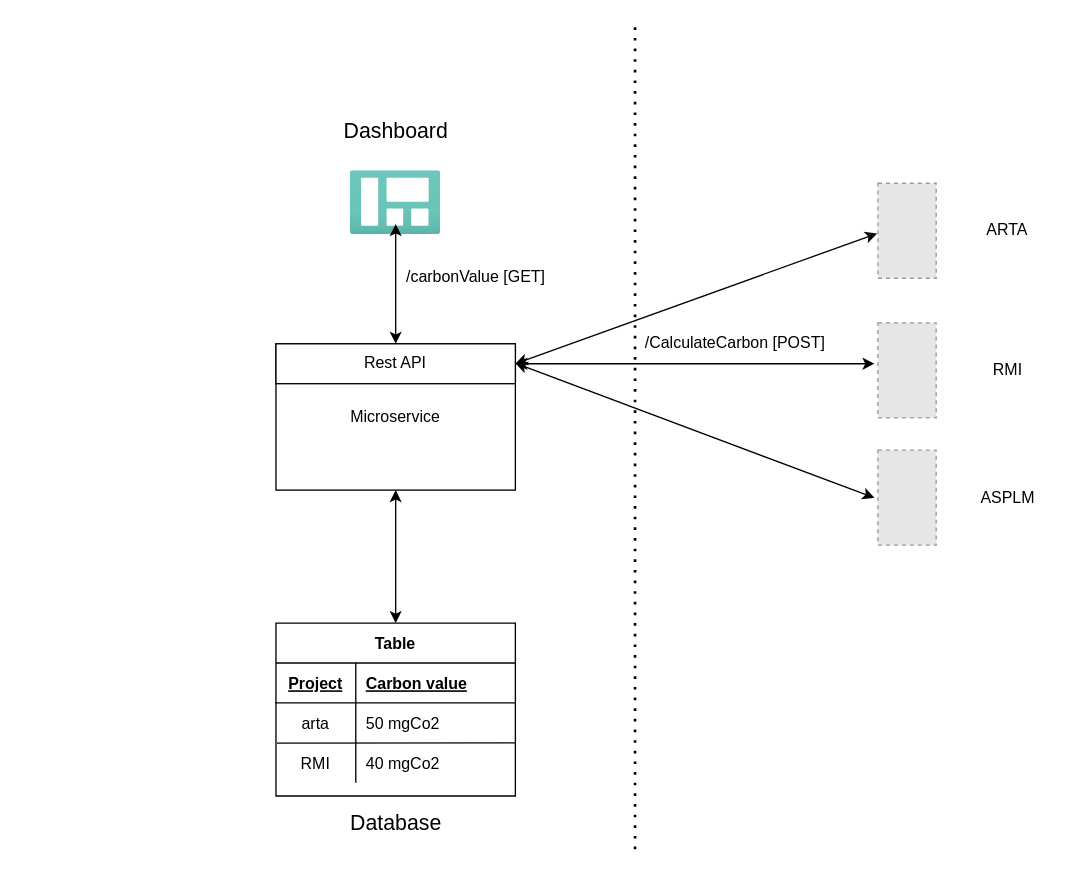
Earlier version of the draw.io diagram page "Page-1" (1 of 2) of carbonTracker.drawio (Ashwin-Raj18/arch-diagram). Source tidied: cells renumbered, new cells numbered last; positions are measured from the earlier drawing's top-left corner, leaving out a move shared by most shapes. Both pictures are drawn from the tidied source at 133%, with x=0, y=0 at pixel (275, 24). Pictures stored in the file or linked from it are replaced by grey dashed boxes.
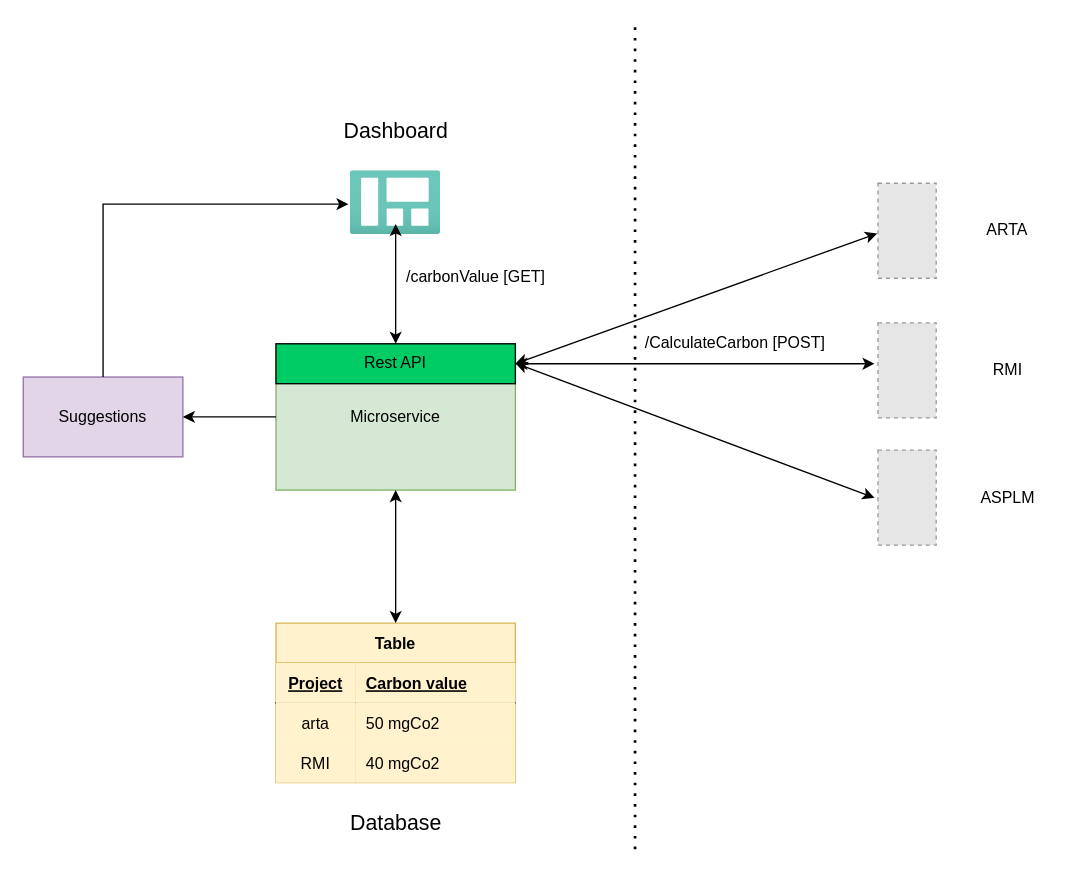
The same page after the edit.

The change refers to these unchanged cells:
```xml
<mxCell id="4" style="shape=tableRow;horizontal=0;startSize=0;swimlaneHead=0;swimlaneBody=0;fillColor=none;top=0;left=0;right=0;bottom=1;" parent="3" vertex="1">
  <mxGeometry y="30" width="180" height="30" as="geometry" />
</mxCell>
<mxCell id="7" style="shape=tableRow;horizontal=0;startSize=0;swimlaneHead=0;swimlaneBody=0;fillColor=none;points=[[0,0.5],[1,0.5]];portConstraint=eastwest;top=0;left=0;right=0;bottom=0;" parent="3" vertex="1">
  <mxGeometry y="60" width="180" height="30" as="geometry" />
</mxCell>
<mxCell id="10" style="shape=tableRow;horizontal=0;startSize=0;swimlaneHead=0;swimlaneBody=0;fillColor=none;top=0;left=0;right=0;bottom=0;" parent="3" vertex="1">
  <mxGeometry y="90" width="180" height="30" as="geometry" />
</mxCell>
<mxCell id="14" style="html=1;points=[];align=center;image;fontSize=12;image=img/lib/azure2/general/Dashboard.svg;" parent="1" vertex="1">
  <mxGeometry x="56" y="110" width="68" height="48" as="geometry" />
</mxCell>
```

The edit, as a diff of the source:
```diff
@@
-    <mxCell id="2" value="Microservice" style="rounded=0;whiteSpace=wrap;html=1;" parent="1" vertex="1">
+    <mxCell id="2" value="Microservice" style="rounded=0;whiteSpace=wrap;html=1;fillColor=#d5e8d4;strokeColor=#82b366;" parent="1" vertex="1">
       <mxGeometry y="240" width="180" height="110" as="geometry" />
     </mxCell>
-    <mxCell id="3" value="Table" style="shape=table;startSize=30;childLayout=tableLayout;rowLines=0;fontStyle=1;align=center;" parent="1" vertex="1">
-      <mxGeometry y="450" width="180" height="130" as="geometry" />
+    <mxCell id="3" value="Table" style="shape=table;startSize=30;childLayout=tableLayout;rowLines=0;fontStyle=1;align=center;fillColor=#FFF2CC;strokeColor=#d6b656;" parent="1" vertex="1">
+      <mxGeometry y="450" width="180" height="120" as="geometry" />
     </mxCell>
@@
-    <mxCell id="5" value="Project" style="shape=partialRectangle;fillColor=none;top=0;left=0;bottom=0;right=0;fontStyle=5;overflow=hidden;" parent="4" vertex="1">
+    <mxCell id="5" value="Project" style="shape=partialRectangle;fillColor=#fff2cc;top=0;left=0;bottom=0;right=0;fontStyle=5;overflow=hidden;strokeColor=#d6b656;" parent="4" vertex="1">
       <mxGeometry width="60" height="30" as="geometry" />
     </mxCell>
-    <mxCell id="6" value="Carbon value" style="shape=partialRectangle;fillColor=none;top=0;left=0;bottom=0;right=0;align=left;spacingLeft=6;fontStyle=5;overflow=hidden;" parent="4" vertex="1">
+    <mxCell id="6" value="Carbon value" style="shape=partialRectangle;fillColor=#fff2cc;top=0;left=0;bottom=0;right=0;align=left;spacingLeft=6;fontStyle=5;overflow=hidden;strokeColor=#d6b656;" parent="4" vertex="1">
       <mxGeometry x="60" width="120" height="30" as="geometry" />
     </mxCell>
@@
-    <mxCell id="8" value="arta" style="shape=partialRectangle;fillColor=none;top=0;left=0;bottom=0;right=0;overflow=hidden;" parent="7" vertex="1">
+    <mxCell id="8" value="arta" style="shape=partialRectangle;fillColor=#fff2cc;top=0;left=0;bottom=0;right=0;overflow=hidden;strokeColor=#d6b656;" parent="7" vertex="1">
       <mxGeometry width="60" height="30" as="geometry" />
     </mxCell>
-    <mxCell id="9" value="50 mgCo2" style="shape=partialRectangle;fillColor=none;top=0;left=0;bottom=0;right=0;align=left;spacingLeft=6;overflow=hidden;" parent="7" vertex="1">
+    <mxCell id="9" value="50 mgCo2" style="shape=partialRectangle;fillColor=#fff2cc;top=0;left=0;bottom=0;right=0;align=left;spacingLeft=6;overflow=hidden;strokeColor=#d6b656;" parent="7" vertex="1">
       <mxGeometry x="60" width="120" height="30" as="geometry" />
     </mxCell>
@@
-    <mxCell id="11" value="RMI" style="shape=partialRectangle;fillColor=none;top=0;left=0;bottom=0;right=0;overflow=hidden;" parent="10" vertex="1">
+    <mxCell id="11" value="RMI" style="shape=partialRectangle;fillColor=#fff2cc;top=0;left=0;bottom=0;right=0;overflow=hidden;strokeColor=#d6b656;" parent="10" vertex="1">
       <mxGeometry width="60" height="30" as="geometry" />
     </mxCell>
-    <mxCell id="12" value="40 mgCo2" style="shape=partialRectangle;fillColor=none;top=0;left=0;bottom=0;right=0;align=left;spacingLeft=6;overflow=hidden;" parent="10" vertex="1">
+    <mxCell id="12" value="40 mgCo2" style="shape=partialRectangle;fillColor=#fff2cc;top=0;left=0;bottom=0;right=0;align=left;spacingLeft=6;overflow=hidden;strokeColor=#d6b656;" parent="10" vertex="1">
       <mxGeometry x="60" width="120" height="30" as="geometry" />
     </mxCell>
-    <mxCell id="13" style="endArrow=none;html=1;rounded=0;exitX=0.004;exitY=1.009;exitDx=0;exitDy=0;exitPerimeter=0;entryX=1.002;entryY=1;entryDx=0;entryDy=0;entryPerimeter=0;" parent="3" edge="1" source="7" target="7">
-      <mxGeometry relative="1" as="geometry" />
-    </mxCell>
@@
-    <mxCell id="20" value="Rest API" style="rounded=0;whiteSpace=wrap;html=1;" parent="1" vertex="1">
+    <mxCell id="20" value="Rest API" style="rounded=0;whiteSpace=wrap;html=1;fillColor=#00CC66;" parent="1" vertex="1">
       <mxGeometry y="240" width="180" height="30" as="geometry" />
     </mxCell>
@@
+    <mxCell id="32" value="Suggestions" style="rounded=0;whiteSpace=wrap;html=1;fillColor=#e1d5e7;strokeColor=#9673a6;" parent="1" vertex="1">
+      <mxGeometry x="-190" y="265" width="120" height="60" as="geometry" />
+    </mxCell>
+    <mxCell id="33" style="endArrow=classic;html=1;rounded=0;exitX=0;exitY=0.5;exitDx=0;exitDy=0;entryX=1;entryY=0.5;entryDx=0;entryDy=0;" parent="1" edge="1" source="2" target="32">
+      <mxGeometry relative="1" as="geometry" />
+    </mxCell>
+    <mxCell id="34" style="endArrow=classic;html=1;rounded=0;exitX=0.5;exitY=0;exitDx=0;exitDy=0;entryX=-0.022;entryY=0.521;entryDx=0;entryDy=0;entryPerimeter=0;" parent="1" edge="1" source="32" target="14">
+      <mxGeometry relative="1" as="geometry">
+        <Array as="points">
+          <mxPoint x="-130" y="135" />
+        </Array>
+      </mxGeometry>
+    </mxCell>
```
